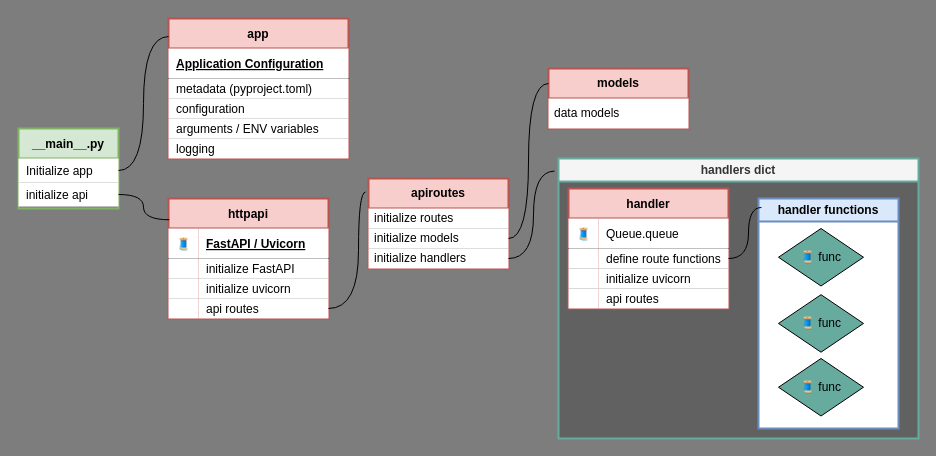
Above: python/multi-threaded-api/architecture.drawio in bz0qyz/project-templates (draw.io), before the change. Source tidied: cells renumbered, new cells numbered last; positions are measured from the earlier drawing's top-left corner, leaving out a move shared by most shapes. Both pictures are drawn from the tidied source at 100%, with x=0, y=0 at pixel (18, 18).
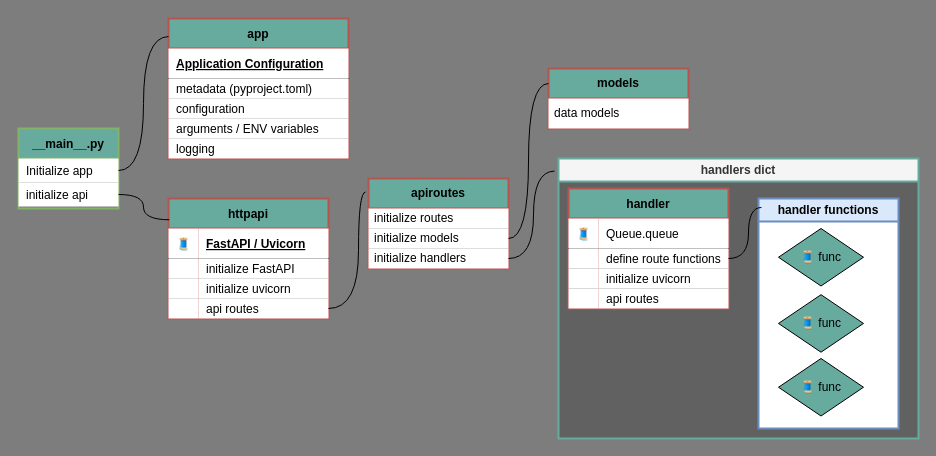
The same page after the edit.

The change refers to these unchanged cells:
```xml
<mxCell id="42" value="handlers dict" style="swimlane;whiteSpace=wrap;html=1;fillColor=#f5f5f5;fontColor=#333333;strokeColor=#67AB9F;strokeWidth=2;swimlaneFillColor=light-dark(#616161, #ededed);" parent="1" vertex="1">
  <mxGeometry x="540" y="140" width="360" height="280" as="geometry" />
</mxCell>
```

Diff of the diagram source:
```diff
@@
-    <mxCell id="2" value="app" style="shape=table;startSize=30;childLayout=tableLayout;rowLines=0;fontStyle=1;align=center;fillColor=#f8cecc;strokeColor=#b85450;strokeWidth=2;" parent="1" vertex="1">
+    <mxCell id="2" value="app" style="shape=table;startSize=30;childLayout=tableLayout;rowLines=0;fontStyle=1;align=center;fillColor=#67AB9F;strokeColor=#b85450;strokeWidth=2;fontColor=#000000;" parent="1" vertex="1">
       <mxGeometry x="150" width="180" height="140" as="geometry" />
     </mxCell>
@@
-    <mxCell id="13" value="httpapi" style="shape=table;startSize=30;childLayout=tableLayout;rowLines=0;fontStyle=1;align=center;fillColor=#f8cecc;strokeColor=#b85450;strokeWidth=2;" parent="1" vertex="1">
+    <mxCell id="13" value="httpapi" style="shape=table;startSize=30;childLayout=tableLayout;rowLines=0;fontStyle=1;align=center;fillColor=#67AB9F;strokeColor=#b85450;strokeWidth=2;fontColor=#000000;" parent="1" vertex="1">
       <mxGeometry x="150" y="180" width="160" height="120" as="geometry" />
     </mxCell>
@@
-    <mxCell id="26" value="__main__.py" style="shape=table;startSize=30;childLayout=tableLayout;rowLines=0;fontStyle=1;align=center;fillColor=#d5e8d4;strokeColor=#82b366;strokeWidth=2;" parent="1" vertex="1">
+    <mxCell id="26" value="__main__.py" style="shape=table;startSize=30;childLayout=tableLayout;rowLines=0;fontStyle=1;align=center;fillColor=#67AB9F;strokeColor=#82b366;strokeWidth=2;fontColor=#000000;" parent="1" vertex="1">
       <mxGeometry y="110" width="100" height="80" as="geometry" />
     </mxCell>
@@
-    <mxCell id="32" value="&lt;b&gt;apiroutes&lt;/b&gt;" style="swimlane;fontStyle=0;horizontal=1;startSize=30;whiteSpace=wrap;html=1;fillColor=#f8cecc;strokeColor=#b85450;strokeWidth=2;" parent="1" vertex="1">
+    <mxCell id="32" value="&lt;b&gt;apiroutes&lt;/b&gt;" style="swimlane;fontStyle=0;horizontal=1;startSize=30;whiteSpace=wrap;html=1;fillColor=#67AB9F;strokeColor=#b85450;strokeWidth=2;" parent="1" vertex="1">
       <mxGeometry x="350" y="160" width="140" height="90" as="geometry" />
     </mxCell>
@@
-    <mxCell id="39" value="&lt;b&gt;models&lt;/b&gt;" style="swimlane;fontStyle=0;horizontal=1;startSize=30;whiteSpace=wrap;html=1;fillColor=#f8cecc;strokeColor=#b85450;strokeWidth=2;" parent="1" vertex="1">
+    <mxCell id="39" value="&lt;b&gt;&lt;font style=&quot;color: rgb(0, 0, 0);&quot;&gt;models&lt;/font&gt;&lt;/b&gt;" style="swimlane;fontStyle=0;horizontal=1;startSize=30;whiteSpace=wrap;html=1;fillColor=#67AB9F;strokeColor=#b85450;strokeWidth=2;" parent="1" vertex="1">
       <mxGeometry x="530" y="50" width="140" height="60" as="geometry" />
     </mxCell>
@@
-    <mxCell id="43" value="handler" style="shape=table;startSize=30;childLayout=tableLayout;rowLines=0;fontStyle=1;align=center;fillColor=#f8cecc;strokeColor=#b85450;strokeWidth=2;" parent="42" vertex="1">
+    <mxCell id="43" value="handler" style="shape=table;startSize=30;childLayout=tableLayout;rowLines=0;fontStyle=1;align=center;fillColor=#67AB9F;strokeColor=#b85450;strokeWidth=2;fontColor=#000000;" parent="42" vertex="1">
       <mxGeometry x="10" y="30" width="160" height="120" as="geometry" />
     </mxCell>
```
